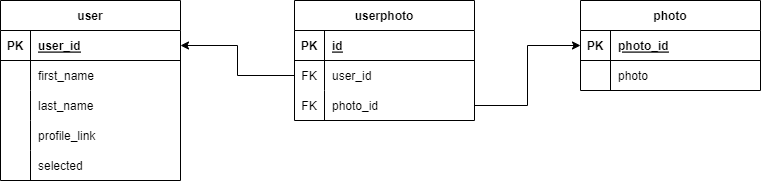
This is DB_VKinder.png from HeXeCuTTor/Netology_cooperate_project, a draw.io export, as it was before one commit. Source tidied: cells renumbered, new cells last; positions are measured from the earlier drawing's top-left corner, leaving out a move shared by most shapes. The source it was exported from:
```xml
<mxGraphModel>
  <root>
    <mxCell id="0" />
    <mxCell id="1" parent="0" />
    <mxCell id="2" value="user" style="shape=table;startSize=30;rowLines=0;fontStyle=1;align=center;" parent="1" vertex="1">
      <mxGeometry width="180" height="180" as="geometry" />
    </mxCell>
    <mxCell id="3" style="shape=tableRow;horizontal=0;startSize=0;swimlaneHead=0;swimlaneBody=0;fillColor=none;points=[[0,0.5],[1,0.5]];portConstraint=eastwest;top=0;left=0;right=0;bottom=1;" parent="2" vertex="1">
      <mxGeometry y="30" width="180" height="30" as="geometry" />
    </mxCell>
    <mxCell id="4" value="PK" style="shape=partialRectangle;fillColor=none;top=0;left=0;bottom=0;right=0;fontStyle=1;overflow=hidden;" parent="3" vertex="1">
      <mxGeometry width="30" height="30" as="geometry" />
    </mxCell>
    <mxCell id="5" value="user_id" style="shape=partialRectangle;fillColor=none;top=0;left=0;bottom=0;right=0;align=left;spacingLeft=6;fontStyle=5;overflow=hidden;" parent="3" vertex="1">
      <mxGeometry x="30" width="150" height="30" as="geometry" />
    </mxCell>
    <mxCell id="6" style="shape=tableRow;horizontal=0;startSize=0;swimlaneHead=0;swimlaneBody=0;fillColor=none;top=0;left=0;right=0;bottom=0;" parent="2" vertex="1">
      <mxGeometry y="60" width="180" height="30" as="geometry" />
    </mxCell>
    <mxCell id="7" style="shape=partialRectangle;fillColor=none;top=0;left=0;bottom=0;right=0;overflow=hidden;" parent="6" vertex="1">
      <mxGeometry width="30" height="30" as="geometry" />
    </mxCell>
    <mxCell id="8" value="first_name" style="shape=partialRectangle;fillColor=none;top=0;left=0;bottom=0;right=0;align=left;spacingLeft=6;overflow=hidden;" parent="6" vertex="1">
      <mxGeometry x="30" width="150" height="30" as="geometry" />
    </mxCell>
    <mxCell id="9" style="shape=tableRow;horizontal=0;startSize=0;swimlaneHead=0;swimlaneBody=0;fillColor=none;top=0;left=0;right=0;bottom=0;" parent="2" vertex="1">
      <mxGeometry y="90" width="180" height="30" as="geometry" />
    </mxCell>
    <mxCell id="10" style="shape=partialRectangle;fillColor=none;top=0;left=0;bottom=0;right=0;overflow=hidden;" parent="9" vertex="1">
      <mxGeometry width="30" height="30" as="geometry" />
    </mxCell>
    <mxCell id="11" value="last_name" style="shape=partialRectangle;fillColor=none;top=0;left=0;bottom=0;right=0;align=left;spacingLeft=6;overflow=hidden;" parent="9" vertex="1">
      <mxGeometry x="30" width="150" height="30" as="geometry" />
    </mxCell>
    <mxCell id="12" style="shape=tableRow;horizontal=0;startSize=0;swimlaneHead=0;swimlaneBody=0;fillColor=none;top=0;left=0;right=0;bottom=0;" parent="2" vertex="1">
      <mxGeometry y="120" width="180" height="30" as="geometry" />
    </mxCell>
    <mxCell id="13" style="shape=partialRectangle;fillColor=none;top=0;left=0;bottom=0;right=0;overflow=hidden;" parent="12" vertex="1">
      <mxGeometry width="30" height="30" as="geometry" />
    </mxCell>
    <mxCell id="14" value="profile_link" style="shape=partialRectangle;fillColor=none;top=0;left=0;bottom=0;right=0;align=left;spacingLeft=6;overflow=hidden;" parent="12" vertex="1">
      <mxGeometry x="30" width="150" height="30" as="geometry" />
    </mxCell>
    <mxCell id="15" style="shape=tableRow;horizontal=0;startSize=0;swimlaneHead=0;swimlaneBody=0;fillColor=none;points=[[0,0.5],[1,0.5]];portConstraint=eastwest;top=0;left=0;right=0;bottom=0;" parent="2" vertex="1">
      <mxGeometry y="150" width="180" height="30" as="geometry" />
    </mxCell>
    <mxCell id="16" style="shape=partialRectangle;fillColor=none;top=0;left=0;bottom=0;right=0;overflow=hidden;" parent="15" vertex="1">
      <mxGeometry width="30" height="30" as="geometry" />
    </mxCell>
    <mxCell id="17" value="selected" style="shape=partialRectangle;fillColor=none;top=0;left=0;bottom=0;right=0;align=left;spacingLeft=6;overflow=hidden;" parent="15" vertex="1">
      <mxGeometry x="30" width="150" height="30" as="geometry" />
    </mxCell>
    <mxCell id="18" value="photo" style="shape=table;startSize=30;rowLines=0;fontStyle=1;align=center;" parent="1" vertex="1">
      <mxGeometry x="580" width="180" height="90" as="geometry" />
    </mxCell>
    <mxCell id="19" style="shape=tableRow;horizontal=0;startSize=0;swimlaneHead=0;swimlaneBody=0;fillColor=none;points=[[0,0.5],[1,0.5]];portConstraint=eastwest;top=0;left=0;right=0;bottom=1;" parent="18" vertex="1">
      <mxGeometry y="30" width="180" height="30" as="geometry" />
    </mxCell>
    <mxCell id="20" value="PK" style="shape=partialRectangle;fillColor=none;top=0;left=0;bottom=0;right=0;fontStyle=1;overflow=hidden;" parent="19" vertex="1">
      <mxGeometry width="30" height="30" as="geometry" />
    </mxCell>
    <mxCell id="21" value="photo_id" style="shape=partialRectangle;fillColor=none;top=0;left=0;bottom=0;right=0;align=left;spacingLeft=6;fontStyle=5;overflow=hidden;" parent="19" vertex="1">
      <mxGeometry x="30" width="150" height="30" as="geometry" />
    </mxCell>
    <mxCell id="22" style="shape=tableRow;horizontal=0;startSize=0;swimlaneHead=0;swimlaneBody=0;fillColor=none;top=0;left=0;right=0;bottom=0;" parent="18" vertex="1">
      <mxGeometry y="60" width="180" height="30" as="geometry" />
    </mxCell>
    <mxCell id="23" style="shape=partialRectangle;fillColor=none;top=0;left=0;bottom=0;right=0;overflow=hidden;" parent="22" vertex="1">
      <mxGeometry width="30" height="30" as="geometry" />
    </mxCell>
    <mxCell id="24" value="photo" style="shape=partialRectangle;fillColor=none;top=0;left=0;bottom=0;right=0;align=left;spacingLeft=6;overflow=hidden;" parent="22" vertex="1">
      <mxGeometry x="30" width="150" height="30" as="geometry" />
    </mxCell>
    <mxCell id="25" value="userphoto" style="shape=table;startSize=30;rowLines=0;fontStyle=1;align=center;" parent="1" vertex="1">
      <mxGeometry x="294" width="180" height="120" as="geometry" />
    </mxCell>
    <mxCell id="26" style="shape=tableRow;horizontal=0;startSize=0;swimlaneHead=0;swimlaneBody=0;fillColor=none;top=0;left=0;right=0;bottom=1;" parent="25" vertex="1">
      <mxGeometry y="30" width="180" height="30" as="geometry" />
    </mxCell>
    <mxCell id="27" value="PK" style="shape=partialRectangle;fillColor=none;top=0;left=0;bottom=0;right=0;fontStyle=1;overflow=hidden;" parent="26" vertex="1">
      <mxGeometry width="30" height="30" as="geometry" />
    </mxCell>
    <mxCell id="28" value="id" style="shape=partialRectangle;fillColor=none;top=0;left=0;bottom=0;right=0;align=left;spacingLeft=6;fontStyle=5;overflow=hidden;" parent="26" vertex="1">
      <mxGeometry x="30" width="150" height="30" as="geometry" />
    </mxCell>
    <mxCell id="29" style="shape=tableRow;horizontal=0;startSize=0;swimlaneHead=0;swimlaneBody=0;fillColor=none;points=[[0,0.5],[1,0.5]];portConstraint=eastwest;top=0;left=0;right=0;bottom=0;" parent="25" vertex="1">
      <mxGeometry y="60" width="180" height="30" as="geometry" />
    </mxCell>
    <mxCell id="30" value="FK" style="shape=partialRectangle;fillColor=none;top=0;left=0;bottom=0;right=0;overflow=hidden;" parent="29" vertex="1">
      <mxGeometry width="30" height="30" as="geometry" />
    </mxCell>
    <mxCell id="31" value="user_id" style="shape=partialRectangle;fillColor=none;top=0;left=0;bottom=0;right=0;align=left;spacingLeft=6;overflow=hidden;" parent="29" vertex="1">
      <mxGeometry x="30" width="150" height="30" as="geometry" />
    </mxCell>
    <mxCell id="32" style="shape=tableRow;horizontal=0;startSize=0;swimlaneHead=0;swimlaneBody=0;fillColor=none;points=[[0,0.5],[1,0.5]];portConstraint=eastwest;top=0;left=0;right=0;bottom=0;" parent="25" vertex="1">
      <mxGeometry y="90" width="180" height="30" as="geometry" />
    </mxCell>
    <mxCell id="33" value="FK" style="shape=partialRectangle;fillColor=none;top=0;left=0;bottom=0;right=0;overflow=hidden;" parent="32" vertex="1">
      <mxGeometry width="30" height="30" as="geometry" />
    </mxCell>
    <mxCell id="34" value="photo_id" style="shape=partialRectangle;fillColor=none;top=0;left=0;bottom=0;right=0;align=left;spacingLeft=6;overflow=hidden;" parent="32" vertex="1">
      <mxGeometry x="30" width="150" height="30" as="geometry" />
    </mxCell>
    <mxCell id="35" style="edgeStyle=orthogonalEdgeStyle;rounded=0;jettySize=auto;html=1;exitX=0;exitY=0.5;exitDx=0;exitDy=0;entryX=1;entryY=0.5;entryDx=0;entryDy=0;" parent="1" edge="1" source="29" target="3">
      <mxGeometry relative="1" as="geometry" />
    </mxCell>
    <mxCell id="36" style="edgeStyle=orthogonalEdgeStyle;rounded=0;jettySize=auto;html=1;exitX=1;exitY=0.5;exitDx=0;exitDy=0;entryX=0;entryY=0.5;entryDx=0;entryDy=0;" parent="1" edge="1" source="32" target="19">
      <mxGeometry relative="1" as="geometry" />
    </mxCell>
  </root>
</mxGraphModel>
```
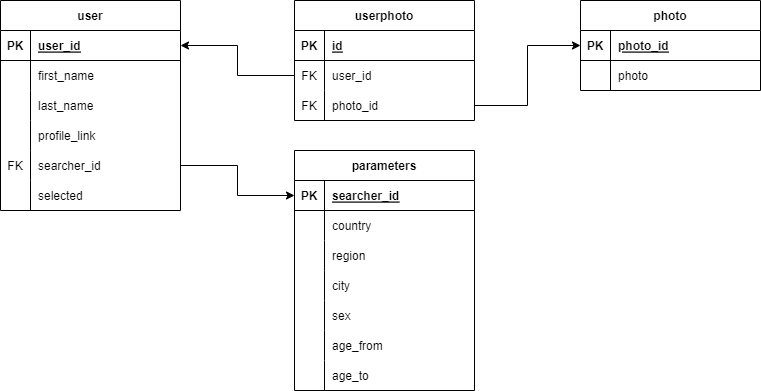
The same diagram one commit later.

Change to the diagram source:
```diff
@@ -3,7 +3,7 @@
     <mxCell id="0" />
     <mxCell id="1" parent="0" />
     <mxCell id="2" value="user" style="shape=table;startSize=30;rowLines=0;fontStyle=1;align=center;" parent="1" vertex="1">
-      <mxGeometry width="180" height="180" as="geometry" />
+      <mxGeometry width="180" height="210" as="geometry" />
     </mxCell>
     <mxCell id="3" style="shape=tableRow;horizontal=0;startSize=0;swimlaneHead=0;swimlaneBody=0;fillColor=none;points=[[0,0.5],[1,0.5]];portConstraint=eastwest;top=0;left=0;right=0;bottom=1;" parent="2" vertex="1">
       <mxGeometry y="30" width="180" height="30" as="geometry" />
@@ -44,12 +44,21 @@
     <mxCell id="15" style="shape=tableRow;horizontal=0;startSize=0;swimlaneHead=0;swimlaneBody=0;fillColor=none;points=[[0,0.5],[1,0.5]];portConstraint=eastwest;top=0;left=0;right=0;bottom=0;" parent="2" vertex="1">
       <mxGeometry y="150" width="180" height="30" as="geometry" />
     </mxCell>
-    <mxCell id="16" style="shape=partialRectangle;fillColor=none;top=0;left=0;bottom=0;right=0;overflow=hidden;" parent="15" vertex="1">
+    <mxCell id="16" value="FK" style="shape=partialRectangle;fillColor=none;top=0;left=0;bottom=0;right=0;overflow=hidden;" parent="15" vertex="1">
       <mxGeometry width="30" height="30" as="geometry" />
     </mxCell>
-    <mxCell id="17" value="selected" style="shape=partialRectangle;fillColor=none;top=0;left=0;bottom=0;right=0;align=left;spacingLeft=6;overflow=hidden;" parent="15" vertex="1">
+    <mxCell id="17" value="searcher_id" style="shape=partialRectangle;fillColor=none;top=0;left=0;bottom=0;right=0;align=left;spacingLeft=6;overflow=hidden;" parent="15" vertex="1">
       <mxGeometry x="30" width="150" height="30" as="geometry" />
     </mxCell>
+    <mxCell id="37" style="shape=tableRow;horizontal=0;startSize=0;swimlaneHead=0;swimlaneBody=0;fillColor=none;top=0;left=0;right=0;bottom=0;" parent="2" vertex="1">
+      <mxGeometry y="180" width="180" height="30" as="geometry" />
+    </mxCell>
+    <mxCell id="38" style="shape=partialRectangle;fillColor=none;top=0;left=0;bottom=0;right=0;overflow=hidden;" parent="37" vertex="1">
+      <mxGeometry width="30" height="30" as="geometry" />
+    </mxCell>
+    <mxCell id="39" value="selected" style="shape=partialRectangle;fillColor=none;top=0;left=0;bottom=0;right=0;align=left;spacingLeft=6;overflow=hidden;" parent="37" vertex="1">
+      <mxGeometry x="30" width="150" height="30" as="geometry" />
+    </mxCell>
     <mxCell id="18" value="photo" style="shape=table;startSize=30;rowLines=0;fontStyle=1;align=center;" parent="1" vertex="1">
       <mxGeometry x="580" width="180" height="90" as="geometry" />
     </mxCell>
@@ -107,5 +116,74 @@
     <mxCell id="36" style="edgeStyle=orthogonalEdgeStyle;rounded=0;jettySize=auto;html=1;exitX=1;exitY=0.5;exitDx=0;exitDy=0;entryX=0;entryY=0.5;entryDx=0;entryDy=0;" parent="1" edge="1" source="32" target="19">
       <mxGeometry relative="1" as="geometry" />
     </mxCell>
+    <mxCell id="40" value="parameters" style="shape=table;startSize=30;rowLines=0;fontStyle=1;align=center;" parent="1" vertex="1">
+      <mxGeometry x="294" y="150" width="180" height="240" as="geometry" />
+    </mxCell>
+    <mxCell id="41" style="shape=tableRow;horizontal=0;startSize=0;swimlaneHead=0;swimlaneBody=0;fillColor=none;points=[[0,0.5],[1,0.5]];portConstraint=eastwest;top=0;left=0;right=0;bottom=1;" parent="40" vertex="1">
+      <mxGeometry y="30" width="180" height="30" as="geometry" />
+    </mxCell>
+    <mxCell id="42" value="PK" style="shape=partialRectangle;fillColor=none;top=0;left=0;bottom=0;right=0;fontStyle=1;overflow=hidden;" parent="41" vertex="1">
+      <mxGeometry width="30" height="30" as="geometry" />
+    </mxCell>
+    <mxCell id="43" value="searcher_id" style="shape=partialRectangle;fillColor=none;top=0;left=0;bottom=0;right=0;align=left;spacingLeft=6;fontStyle=5;overflow=hidden;" parent="41" vertex="1">
+      <mxGeometry x="30" width="150" height="30" as="geometry" />
+    </mxCell>
+    <mxCell id="44" style="shape=tableRow;horizontal=0;startSize=0;swimlaneHead=0;swimlaneBody=0;fillColor=none;top=0;left=0;right=0;bottom=0;" parent="40" vertex="1">
+      <mxGeometry y="60" width="180" height="30" as="geometry" />
+    </mxCell>
+    <mxCell id="45" style="shape=partialRectangle;fillColor=none;top=0;left=0;bottom=0;right=0;overflow=hidden;" parent="44" vertex="1">
+      <mxGeometry width="30" height="30" as="geometry" />
+    </mxCell>
+    <mxCell id="46" value="country" style="shape=partialRectangle;fillColor=none;top=0;left=0;bottom=0;right=0;align=left;spacingLeft=6;overflow=hidden;" parent="44" vertex="1">
+      <mxGeometry x="30" width="150" height="30" as="geometry" />
+    </mxCell>
+    <mxCell id="47" style="shape=tableRow;horizontal=0;startSize=0;swimlaneHead=0;swimlaneBody=0;fillColor=none;top=0;left=0;right=0;bottom=0;" parent="40" vertex="1">
+      <mxGeometry y="90" width="180" height="30" as="geometry" />
+    </mxCell>
+    <mxCell id="48" style="shape=partialRectangle;fillColor=none;top=0;left=0;bottom=0;right=0;overflow=hidden;" parent="47" vertex="1">
+      <mxGeometry width="30" height="30" as="geometry" />
+    </mxCell>
+    <mxCell id="49" value="region" style="shape=partialRectangle;fillColor=none;top=0;left=0;bottom=0;right=0;align=left;spacingLeft=6;overflow=hidden;" parent="47" vertex="1">
+      <mxGeometry x="30" width="150" height="30" as="geometry" />
+    </mxCell>
+    <mxCell id="50" style="shape=tableRow;horizontal=0;startSize=0;swimlaneHead=0;swimlaneBody=0;fillColor=none;top=0;left=0;right=0;bottom=0;" parent="40" vertex="1">
+      <mxGeometry y="120" width="180" height="30" as="geometry" />
+    </mxCell>
+    <mxCell id="51" style="shape=partialRectangle;fillColor=none;top=0;left=0;bottom=0;right=0;overflow=hidden;" parent="50" vertex="1">
+      <mxGeometry width="30" height="30" as="geometry" />
+    </mxCell>
+    <mxCell id="52" value="city" style="shape=partialRectangle;fillColor=none;top=0;left=0;bottom=0;right=0;align=left;spacingLeft=6;overflow=hidden;" parent="50" vertex="1">
+      <mxGeometry x="30" width="150" height="30" as="geometry" />
+    </mxCell>
+    <mxCell id="53" style="shape=tableRow;horizontal=0;startSize=0;swimlaneHead=0;swimlaneBody=0;fillColor=none;top=0;left=0;right=0;bottom=0;" parent="40" vertex="1">
+      <mxGeometry y="150" width="180" height="30" as="geometry" />
+    </mxCell>
+    <mxCell id="54" style="shape=partialRectangle;fillColor=none;top=0;left=0;bottom=0;right=0;overflow=hidden;" parent="53" vertex="1">
+      <mxGeometry width="30" height="30" as="geometry" />
+    </mxCell>
+    <mxCell id="55" value="sex" style="shape=partialRectangle;fillColor=none;top=0;left=0;bottom=0;right=0;align=left;spacingLeft=6;overflow=hidden;" parent="53" vertex="1">
+      <mxGeometry x="30" width="150" height="30" as="geometry" />
+    </mxCell>
+    <mxCell id="56" style="shape=tableRow;horizontal=0;startSize=0;swimlaneHead=0;swimlaneBody=0;fillColor=none;top=0;left=0;right=0;bottom=0;" parent="40" vertex="1">
+      <mxGeometry y="180" width="180" height="30" as="geometry" />
+    </mxCell>
+    <mxCell id="57" style="shape=partialRectangle;fillColor=none;top=0;left=0;bottom=0;right=0;overflow=hidden;" parent="56" vertex="1">
+      <mxGeometry width="30" height="30" as="geometry" />
+    </mxCell>
+    <mxCell id="58" value="age_from" style="shape=partialRectangle;fillColor=none;top=0;left=0;bottom=0;right=0;align=left;spacingLeft=6;overflow=hidden;" parent="56" vertex="1">
+      <mxGeometry x="30" width="150" height="30" as="geometry" />
+    </mxCell>
+    <mxCell id="59" style="shape=tableRow;horizontal=0;startSize=0;swimlaneHead=0;swimlaneBody=0;fillColor=none;top=0;left=0;right=0;bottom=0;" parent="40" vertex="1">
+      <mxGeometry y="210" width="180" height="30" as="geometry" />
+    </mxCell>
+    <mxCell id="60" style="shape=partialRectangle;fillColor=none;top=0;left=0;bottom=0;right=0;overflow=hidden;" parent="59" vertex="1">
+      <mxGeometry width="30" height="30" as="geometry" />
+    </mxCell>
+    <mxCell id="61" value="age_to" style="shape=partialRectangle;fillColor=none;top=0;left=0;bottom=0;right=0;align=left;spacingLeft=6;overflow=hidden;" parent="59" vertex="1">
+      <mxGeometry x="30" width="150" height="30" as="geometry" />
+    </mxCell>
+    <mxCell id="62" style="edgeStyle=orthogonalEdgeStyle;rounded=0;jettySize=auto;html=1;exitX=1;exitY=0.5;exitDx=0;exitDy=0;entryX=0;entryY=0.5;entryDx=0;entryDy=0;" parent="1" edge="1" source="15" target="41">
+      <mxGeometry relative="1" as="geometry" />
+    </mxCell>
   </root>
 </mxGraphModel>
```
